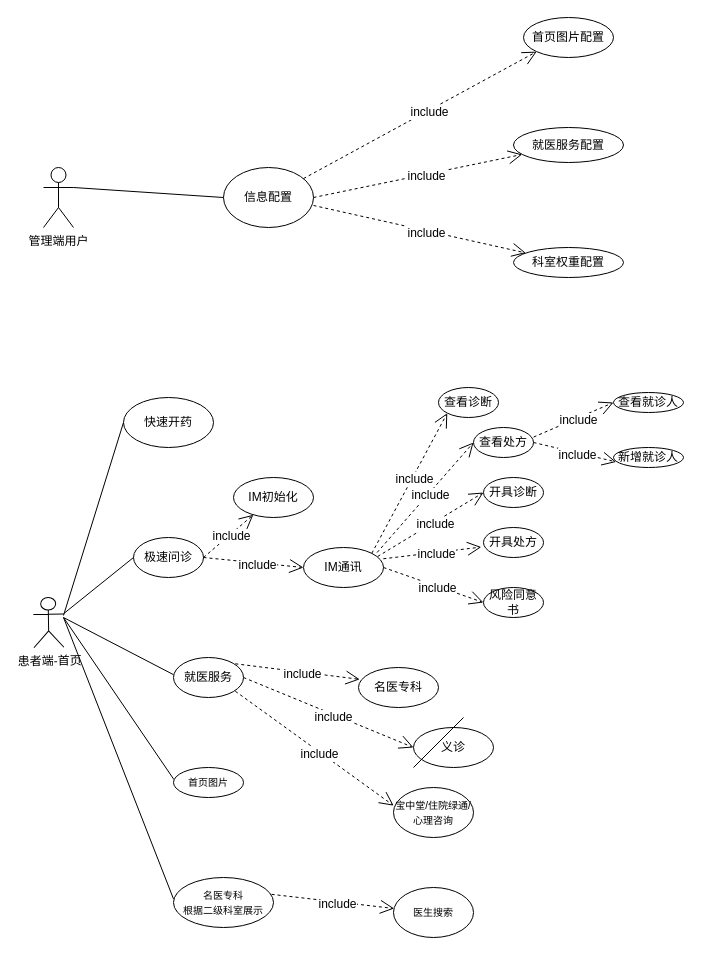
Earlier version of the draw.io diagram 首页优化流程.drawio (robustwang/uml). Source tidied: cells renumbered, new cells numbered last; positions are measured from the earlier drawing's top-left corner, leaving out a move shared by most shapes. Both pictures are drawn from the tidied source at 100%, with x=0, y=0 at pixel (33, 17).
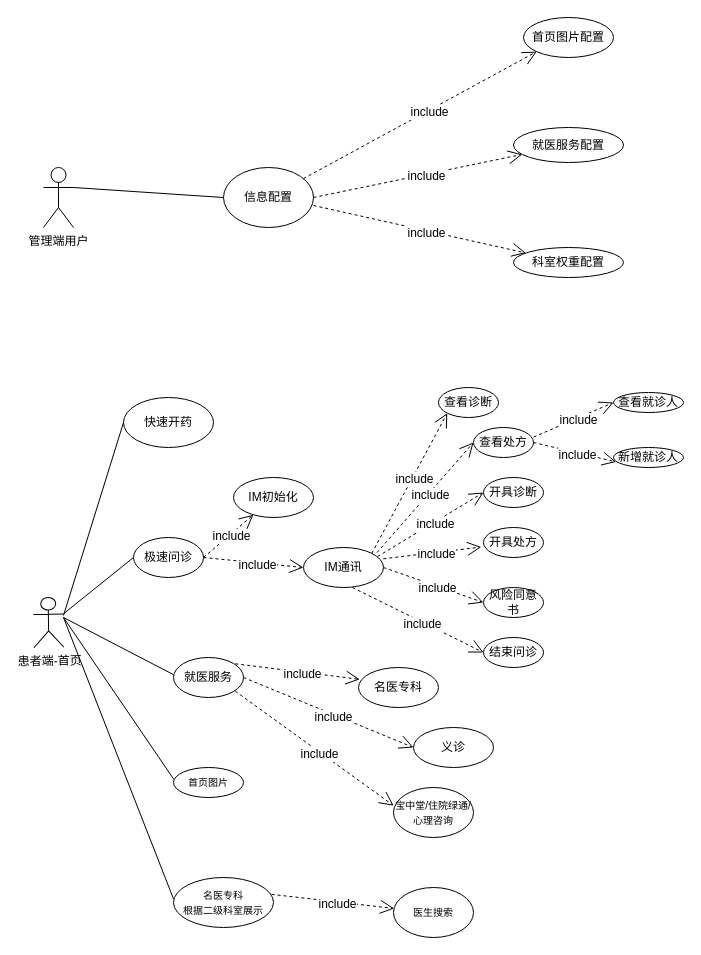
After the change.

Commit message (it also covers changes not shown here):
更新首页优化流程.drawio

Unchanged cells that the change refers to:
```xml
<mxCell id="36" value="IM通讯" style="ellipse;whiteSpace=wrap;html=1;" parent="1" vertex="1">
  <mxGeometry x="270" y="530" width="80" height="40" as="geometry" />
</mxCell>
```

Change to the diagram source:
```diff
@@
-    <mxCell id="63" style="endArrow=none;html=1;" parent="1" edge="1">
-      <mxGeometry relative="1" as="geometry">
-        <mxPoint x="380" y="750" as="sourcePoint" />
-        <mxPoint x="430" y="700" as="targetPoint" />
-      </mxGeometry>
-    </mxCell>
@@
+    <mxCell id="65" value="结束问诊" style="ellipse;whiteSpace=wrap;html=1;" parent="1" vertex="1">
+      <mxGeometry x="450" y="620" width="60" height="30" as="geometry" />
+    </mxCell>
+    <mxCell id="66" style="endArrow=open;endSize=12;dashed=1;html=1;fontStyle=1;exitX=0.613;exitY=1;exitDx=0;exitDy=0;entryX=0;entryY=0.5;entryDx=0;entryDy=0;exitPerimeter=0;" parent="1" edge="1" source="36" target="65">
+      <mxGeometry x="0.15" y="-27" relative="1" as="geometry" />
+    </mxCell>
+    <mxCell id="67" value="include" style="text;html=1;align=center;verticalAlign=middle;labelBackgroundColor=#ffffff;" parent="66" vertex="1">
+      <mxGeometry x="0.07" y="-2" relative="1" as="geometry" />
+    </mxCell>
```
